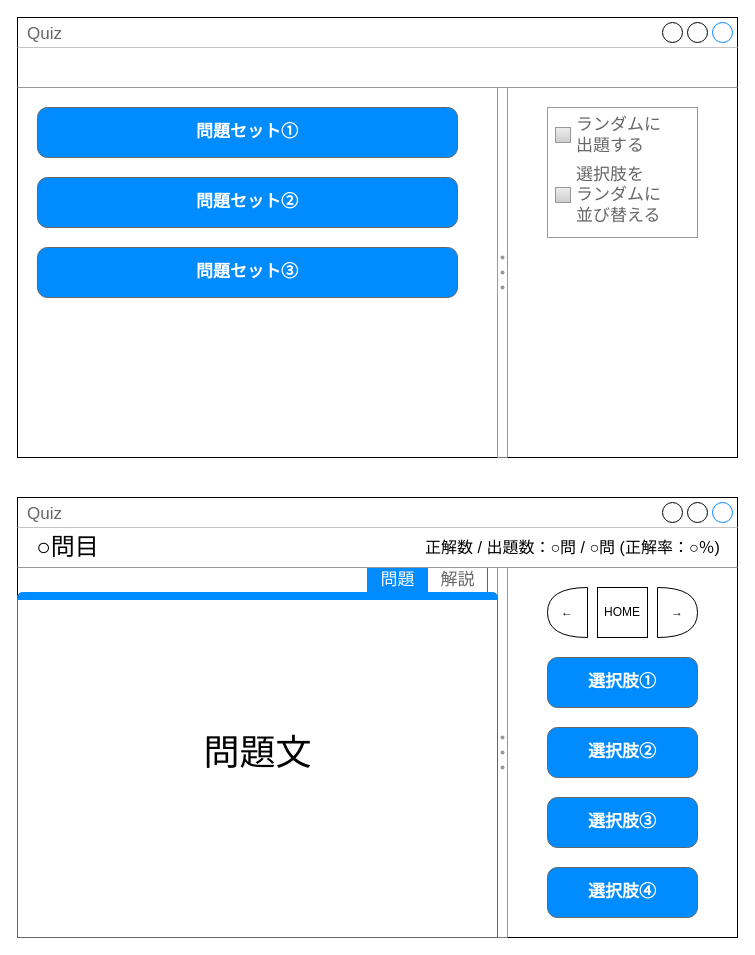
mikiya1130/Multiple_Choice_Quiz keeps this draw.io diagram as design/mockup.drawio. Above is the earlier version. Source tidied: cells renumbered, new cells numbered last; positions are measured from the earlier drawing's top-left corner, leaving out a move shared by most shapes. Both pictures are drawn from the tidied source at 100%, with x=0, y=0 at pixel (17, 17).
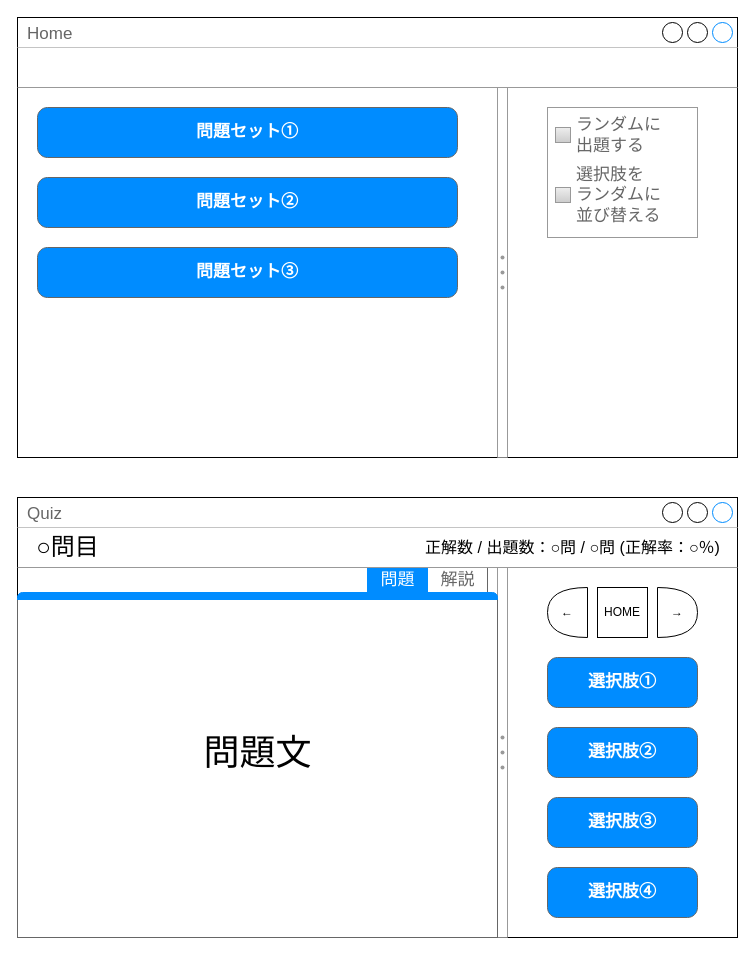
The same diagram, later.

The edit, as a diff of the source:
```diff
@@
-    <mxCell id="18" value="Quiz" style="strokeWidth=1;shadow=0;dashed=0;align=center;html=1;shape=mxgraph.mockup.containers.window;align=left;verticalAlign=top;spacingLeft=8;strokeColor2=#008cff;strokeColor3=#c4c4c4;fontColor=#666666;mainText=;fontSize=17;labelBackgroundColor=none;" parent="1" vertex="1">
+    <mxCell id="18" value="Home" style="strokeWidth=1;shadow=0;dashed=0;align=center;html=1;shape=mxgraph.mockup.containers.window;align=left;verticalAlign=top;spacingLeft=8;strokeColor2=#008cff;strokeColor3=#c4c4c4;fontColor=#666666;mainText=;fontSize=17;labelBackgroundColor=none;" parent="1" vertex="1">
       <mxGeometry width="720" height="440" as="geometry" />
     </mxCell>
```
